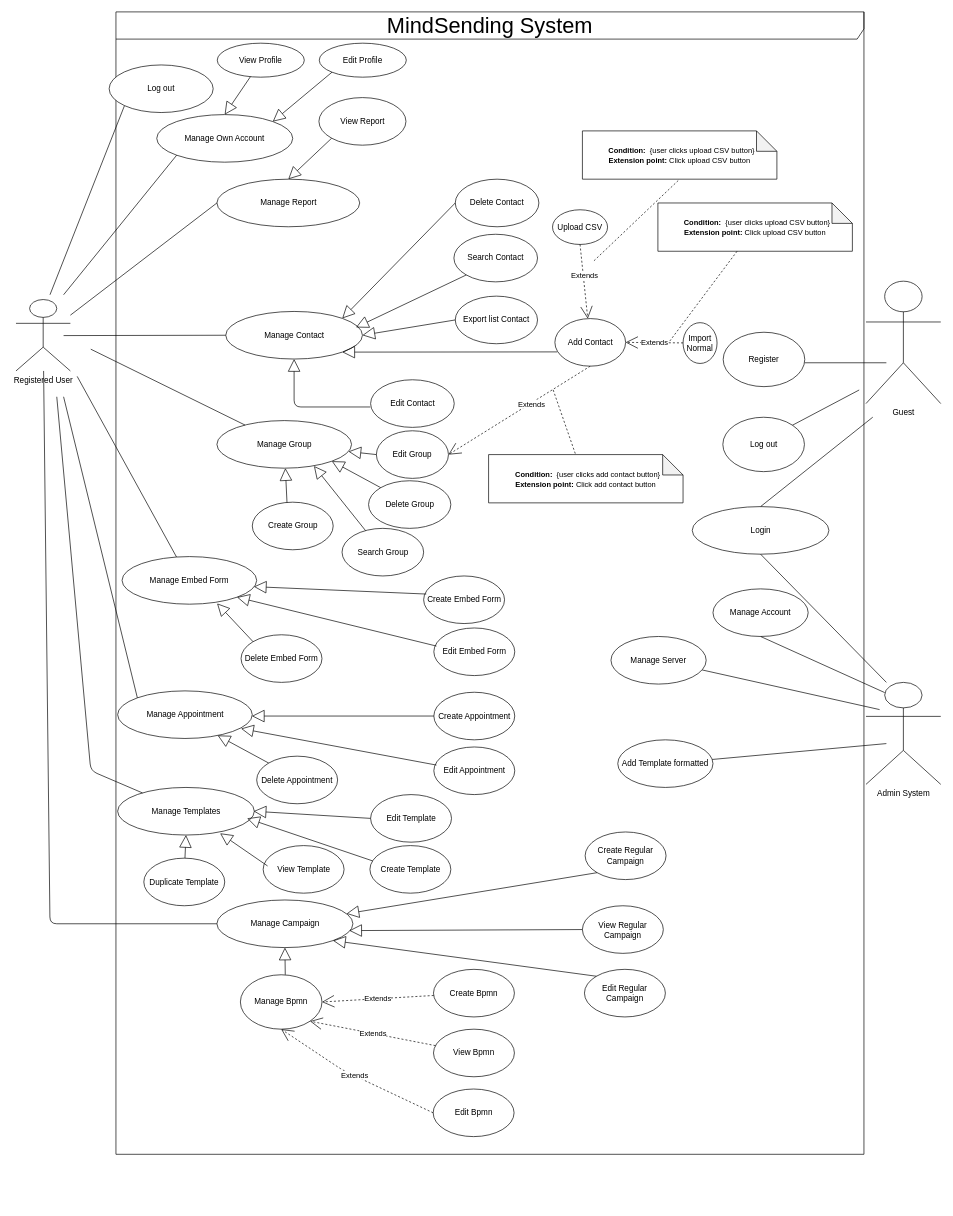
archiskz/EmailMarketing keeps this draw.io diagram as Documents/Diagram/MindSendingUseCase.drawio. Above is the earlier version. Source tidied: cells renumbered, new cells numbered last; positions are measured from the earlier drawing's top-left corner, leaving out a move shared by most shapes. Both pictures are drawn from the tidied source at 68%, with x=0, y=0 at pixel (16, 12).
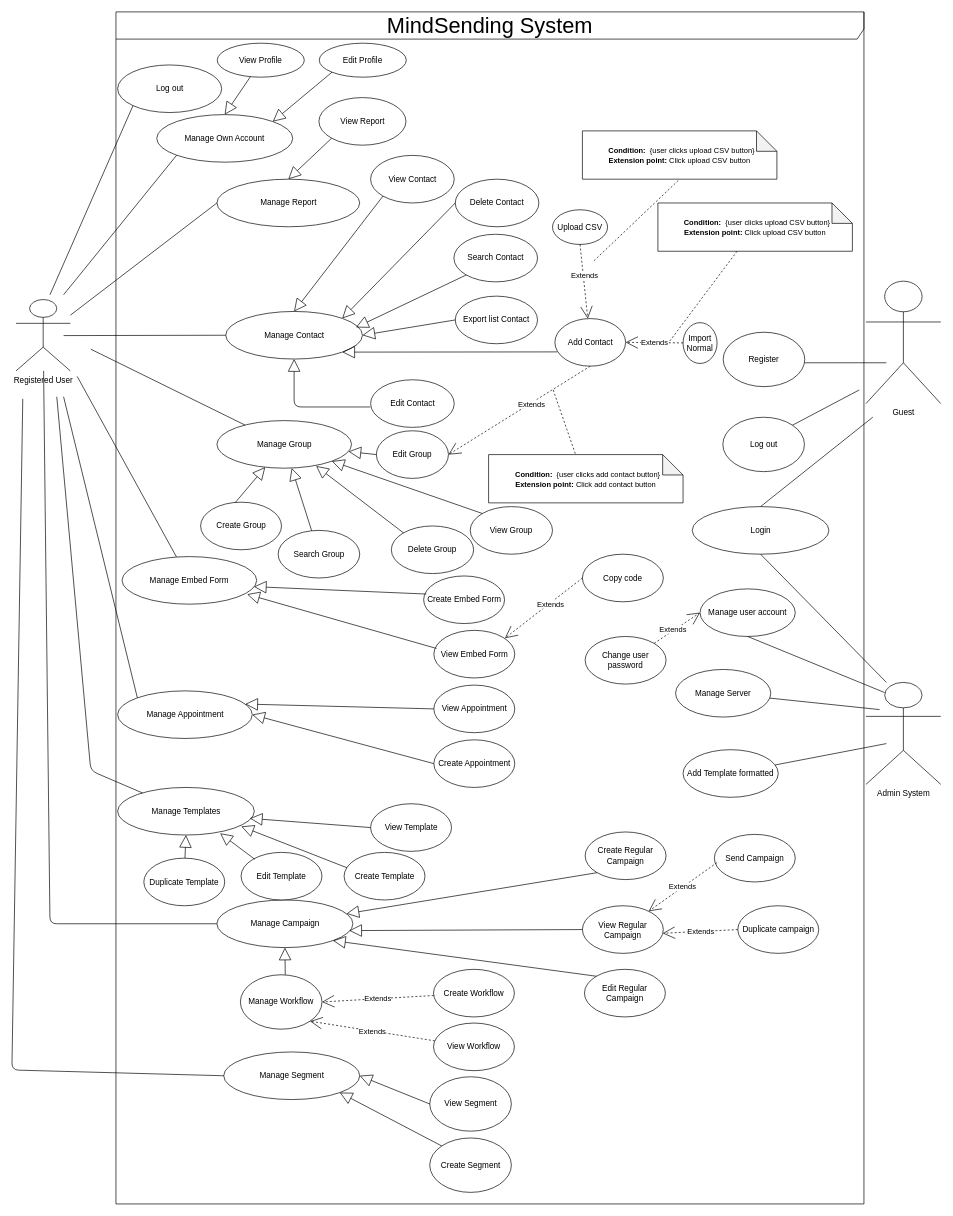
After the change.

The change refers to these unchanged cells:
```xml
<mxCell id="6" value="Manage Templates&lt;br&gt;" style="ellipse;whiteSpace=wrap;html=1;" parent="1" vertex="1">
  <mxGeometry x="149.5" y="1140.5" width="201" height="70" as="geometry" />
</mxCell>
<mxCell id="8" value="Manage Contact" style="ellipse;whiteSpace=wrap;html=1;" parent="1" vertex="1">
  <mxGeometry x="308.5" y="440.5" width="201" height="70" as="geometry" />
</mxCell>
<mxCell id="10" value="Manage Group&lt;br&gt;" style="ellipse;whiteSpace=wrap;html=1;" parent="1" vertex="1">
  <mxGeometry x="295.5" y="601" width="198" height="70" as="geometry" />
</mxCell>
<mxCell id="66" value="View Regular Campaign" style="ellipse;whiteSpace=wrap;html=1;" parent="1" vertex="1">
  <mxGeometry x="833" y="1314.5" width="119" height="70" as="geometry" />
</mxCell>
<mxCell id="74" value="Manage Embed Form" style="ellipse;whiteSpace=wrap;html=1;" parent="1" vertex="1">
  <mxGeometry x="156" y="801" width="198" height="70" as="geometry" />
</mxCell>
<mxCell id="88" value="Manage Appointment" style="ellipse;whiteSpace=wrap;html=1;" parent="1" vertex="1">
  <mxGeometry x="149.5" y="998.5" width="198" height="70" as="geometry" />
</mxCell>
```

What changed in the source:
```diff
@@
     <mxCell id="2" value="&lt;font style=&quot;font-size: 32px&quot;&gt;MindSending System&lt;/font&gt;" style="shape=umlFrame;whiteSpace=wrap;html=1;width=1100;height=40;" parent="1" vertex="1">
-      <mxGeometry x="147" width="1100" height="1680" as="geometry" />
+      <mxGeometry x="147" width="1100" height="1753" as="geometry" />
     </mxCell>
@@
     <mxCell id="5" value="Manage Server&lt;br&gt;" style="ellipse;whiteSpace=wrap;html=1;" parent="1" vertex="1">
-      <mxGeometry x="875" y="918.5" width="140" height="70" as="geometry" />
+      <mxGeometry x="970" y="967" width="140" height="70" as="geometry" />
     </mxCell>
@@
-    <mxCell id="7" value="Manage Account&lt;br&gt;" style="ellipse;whiteSpace=wrap;html=1;" parent="1" vertex="1">
-      <mxGeometry x="1025" y="848.5" width="140" height="70" as="geometry" />
+    <mxCell id="7" value="Manage user account" style="ellipse;whiteSpace=wrap;html=1;" parent="1" vertex="1">
+      <mxGeometry x="1006" y="848.5" width="140" height="70" as="geometry" />
     </mxCell>
@@
     <mxCell id="13" value="Create Template" style="ellipse;whiteSpace=wrap;html=1;" parent="1" vertex="1">
-      <mxGeometry x="520.5" y="1226" width="119" height="70" as="geometry" />
+      <mxGeometry x="482.5" y="1236" width="119" height="70" as="geometry" />
     </mxCell>
-    <mxCell id="14" value="Edit Template" style="ellipse;whiteSpace=wrap;html=1;" parent="1" vertex="1">
-      <mxGeometry x="521.5" y="1151" width="119" height="70" as="geometry" />
+    <mxCell id="14" value="View Template" style="ellipse;whiteSpace=wrap;html=1;" parent="1" vertex="1">
+      <mxGeometry x="521.5" y="1164.5" width="119" height="70" as="geometry" />
     </mxCell>
@@
     <mxCell id="18" value="Create Group&lt;br&gt;" style="ellipse;whiteSpace=wrap;html=1;" parent="1" vertex="1">
-      <mxGeometry x="347.5" y="721" width="119" height="70" as="geometry" />
+      <mxGeometry x="271.5" y="721" width="119" height="70" as="geometry" />
     </mxCell>
     <mxCell id="19" value="Delete Group&lt;br&gt;" style="ellipse;whiteSpace=wrap;html=1;" parent="1" vertex="1">
-      <mxGeometry x="518.5" y="689.5" width="121" height="70" as="geometry" />
+      <mxGeometry x="552" y="756" width="121" height="70" as="geometry" />
     </mxCell>
@@
     <mxCell id="21" value="Search Group&lt;br&gt;" style="ellipse;whiteSpace=wrap;html=1;" parent="1" vertex="1">
-      <mxGeometry x="479.5" y="759.5" width="120" height="70" as="geometry" />
+      <mxGeometry x="385.5" y="762.5" width="120" height="70" as="geometry" />
     </mxCell>
@@
-    <mxCell id="32" style="endSize=16;endFill=0;html=1;strokeWidth=1;endArrow=block;startArrow=none;startFill=0;exitX=0.034;exitY=0.322;exitDx=0;exitDy=0;exitPerimeter=0;" parent="1" edge="1" source="13">
-      <mxGeometry relative="1" as="geometry">
-        <mxPoint x="340" y="1186" as="targetPoint" />
-      </mxGeometry>
+    <mxCell id="32" style="endSize=16;endFill=0;html=1;strokeWidth=1;endArrow=block;startArrow=none;startFill=0;exitX=0.034;exitY=0.322;exitDx=0;exitDy=0;exitPerimeter=0;entryX=0.905;entryY=0.819;entryDx=0;entryDy=0;entryPerimeter=0;" parent="1" edge="1" source="13" target="6">
+      <mxGeometry relative="1" as="geometry" />
     </mxCell>
-    <mxCell id="33" style="endSize=16;endFill=0;html=1;strokeWidth=1;endArrow=block;startArrow=none;startFill=0;entryX=0.995;entryY=0.5;entryDx=0;entryDy=0;exitX=0;exitY=0.5;exitDx=0;exitDy=0;entryPerimeter=0;" parent="1" edge="1" source="14" target="6">
-      <mxGeometry relative="1" as="geometry" />
+    <mxCell id="33" style="endSize=16;endFill=0;html=1;strokeWidth=1;endArrow=block;startArrow=none;startFill=0;exitX=0;exitY=0.5;exitDx=0;exitDy=0;" parent="1" edge="1" source="14">
+      <mxGeometry relative="1" as="geometry">
+        <mxPoint x="344" y="1186" as="targetPoint" />
+      </mxGeometry>
     </mxCell>
@@
-    <mxCell id="35" style="endSize=16;endFill=0;html=1;strokeWidth=1;endArrow=block;startArrow=none;startFill=0;entryX=1;entryY=1;entryDx=0;entryDy=0;exitX=0;exitY=0;exitDx=0;exitDy=0;" parent="1" edge="1" source="19" target="10">
+    <mxCell id="35" style="endSize=16;endFill=0;html=1;strokeWidth=1;endArrow=block;startArrow=none;startFill=0;entryX=0.737;entryY=0.955;entryDx=0;entryDy=0;exitX=0;exitY=0;exitDx=0;exitDy=0;entryPerimeter=0;" parent="1" edge="1" source="19" target="10">
       <mxGeometry relative="1" as="geometry" />
     </mxCell>
-    <mxCell id="36" style="endSize=16;endFill=0;html=1;strokeWidth=1;endArrow=block;startArrow=none;startFill=0;entryX=0.721;entryY=0.955;entryDx=0;entryDy=0;entryPerimeter=0;" parent="1" edge="1" source="21" target="10">
+    <mxCell id="36" style="endSize=16;endFill=0;html=1;strokeWidth=1;endArrow=block;startArrow=none;startFill=0;" parent="1" edge="1" source="21" target="10">
       <mxGeometry relative="1" as="geometry" />
     </mxCell>
@@
-    <mxCell id="47" value="View Bpmn" style="ellipse;whiteSpace=wrap;html=1;" parent="1" vertex="1">
-      <mxGeometry x="614" y="1496" width="119" height="70" as="geometry" />
+    <mxCell id="47" value="View Workflow" style="ellipse;whiteSpace=wrap;html=1;" parent="1" vertex="1">
+      <mxGeometry x="614" y="1487" width="119" height="70" as="geometry" />
     </mxCell>
-    <mxCell id="48" value="Edit Bpmn" style="ellipse;whiteSpace=wrap;html=1;" parent="1" vertex="1">
-      <mxGeometry x="613.5" y="1584" width="119" height="70" as="geometry" />
-    </mxCell>
     <mxCell id="49" value="Add Template formatted&lt;br&gt;" style="ellipse;whiteSpace=wrap;html=1;" parent="1" vertex="1">
-      <mxGeometry x="885" y="1070.5" width="140" height="70" as="geometry" />
+      <mxGeometry x="981" y="1085" width="140" height="70" as="geometry" />
     </mxCell>
@@
-    <mxCell id="60" value="View Template" style="ellipse;whiteSpace=wrap;html=1;" parent="1" vertex="1">
-      <mxGeometry x="363.5" y="1226" width="119" height="70" as="geometry" />
+    <mxCell id="60" value="Edit Template" style="ellipse;whiteSpace=wrap;html=1;" parent="1" vertex="1">
+      <mxGeometry x="331" y="1236" width="119" height="70" as="geometry" />
     </mxCell>
     <mxCell id="61" style="endSize=16;endFill=0;html=1;strokeWidth=1;endArrow=block;startArrow=none;startFill=0;entryX=0.75;entryY=0.964;entryDx=0;entryDy=0;entryPerimeter=0;" parent="1" edge="1" target="6">
       <mxGeometry relative="1" as="geometry">
-        <mxPoint x="370" y="1256" as="sourcePoint" />
+        <mxPoint x="351" y="1246" as="sourcePoint" />
       </mxGeometry>
     </mxCell>
@@
-    <mxCell id="68" value="Manage Bpmn" style="ellipse;whiteSpace=wrap;html=1;" parent="1" vertex="1">
+    <mxCell id="68" value="Manage Workflow" style="ellipse;whiteSpace=wrap;html=1;" parent="1" vertex="1">
       <mxGeometry x="330" y="1416" width="120" height="80" as="geometry" />
     </mxCell>
@@
-    <mxCell id="70" value="Extends" style="endArrow=open;endSize=16;endFill=0;html=1;strokeWidth=1;dashed=1;exitX=0;exitY=0.5;exitDx=0;exitDy=0;entryX=0.5;entryY=1;entryDx=0;entryDy=0;" parent="1" edge="1" source="48" target="68">
-      <mxGeometry relative="1" as="geometry">
-        <Array as="points">
-          <mxPoint x="480" y="1556" />
-        </Array>
-      </mxGeometry>
-    </mxCell>
@@
-    <mxCell id="72" value="Create Bpmn" style="ellipse;whiteSpace=wrap;html=1;" parent="1" vertex="1">
+    <mxCell id="72" value="Create Workflow" style="ellipse;whiteSpace=wrap;html=1;" parent="1" vertex="1">
       <mxGeometry x="614" y="1408" width="119" height="70" as="geometry" />
     </mxCell>
@@
-    <mxCell id="84" value="Edit Embed Form" style="ellipse;whiteSpace=wrap;html=1;" parent="1" vertex="1">
-      <mxGeometry x="614.5" y="906" width="119" height="70" as="geometry" />
-    </mxCell>
-    <mxCell id="85" style="endSize=16;endFill=0;html=1;strokeWidth=1;endArrow=block;startArrow=none;startFill=0;exitX=0.032;exitY=0.38;exitDx=0;exitDy=0;exitPerimeter=0;entryX=1;entryY=1;entryDx=0;entryDy=0;" parent="1" edge="1" source="84" target="74">
-      <mxGeometry relative="1" as="geometry" />
-    </mxCell>
-    <mxCell id="86" value="Delete Embed Form" style="ellipse;whiteSpace=wrap;html=1;" parent="1" vertex="1">
-      <mxGeometry x="331" y="916" width="119" height="70" as="geometry" />
-    </mxCell>
-    <mxCell id="87" style="endSize=16;endFill=0;html=1;strokeWidth=1;endArrow=block;startArrow=none;startFill=0;exitX=0;exitY=0;exitDx=0;exitDy=0;entryX=0.706;entryY=0.984;entryDx=0;entryDy=0;entryPerimeter=0;" parent="1" edge="1" source="86" target="74">
-      <mxGeometry relative="1" as="geometry" />
-    </mxCell>
@@
-    <mxCell id="90" value="Create Appointment" style="ellipse;whiteSpace=wrap;html=1;" parent="1" vertex="1">
-      <mxGeometry x="614.5" y="1000.5" width="119" height="70" as="geometry" />
+    <mxCell id="90" value="View Appointment" style="ellipse;whiteSpace=wrap;html=1;" parent="1" vertex="1">
+      <mxGeometry x="614.5" y="990" width="119" height="70" as="geometry" />
     </mxCell>
-    <mxCell id="91" style="endSize=16;endFill=0;html=1;strokeWidth=1;endArrow=block;startArrow=none;startFill=0;entryX=0.997;entryY=0.529;entryDx=0;entryDy=0;entryPerimeter=0;exitX=0;exitY=0.5;exitDx=0;exitDy=0;" parent="1" edge="1" source="90" target="88">
+    <mxCell id="91" style="endSize=16;endFill=0;html=1;strokeWidth=1;endArrow=block;startArrow=none;startFill=0;entryX=0.948;entryY=0.277;entryDx=0;entryDy=0;entryPerimeter=0;exitX=0;exitY=0.5;exitDx=0;exitDy=0;" parent="1" edge="1" source="90" target="88">
       <mxGeometry relative="1" as="geometry" />
     </mxCell>
-    <mxCell id="92" value="Edit Appointment" style="ellipse;whiteSpace=wrap;html=1;" parent="1" vertex="1">
-      <mxGeometry x="614.5" y="1081" width="119" height="70" as="geometry" />
-    </mxCell>
-    <mxCell id="93" style="endSize=16;endFill=0;html=1;strokeWidth=1;endArrow=block;startArrow=none;startFill=0;exitX=0.032;exitY=0.38;exitDx=0;exitDy=0;exitPerimeter=0;" parent="1" edge="1" source="92">
-      <mxGeometry relative="1" as="geometry">
-        <mxPoint x="331" y="1054" as="targetPoint" />
-      </mxGeometry>
-    </mxCell>
-    <mxCell id="94" value="Delete Appointment" style="ellipse;whiteSpace=wrap;html=1;" parent="1" vertex="1">
-      <mxGeometry x="354" y="1094.5" width="119" height="70" as="geometry" />
-    </mxCell>
-    <mxCell id="95" style="endSize=16;endFill=0;html=1;strokeWidth=1;endArrow=block;startArrow=none;startFill=0;exitX=0;exitY=0;exitDx=0;exitDy=0;entryX=0.743;entryY=0.936;entryDx=0;entryDy=0;entryPerimeter=0;" parent="1" edge="1" source="94" target="88">
-      <mxGeometry relative="1" as="geometry" />
-    </mxCell>
@@
     <mxCell id="105" value="Log out" style="ellipse;whiteSpace=wrap;html=1;" parent="1" vertex="1">
-      <mxGeometry x="137" y="78" width="153" height="70" as="geometry" />
+      <mxGeometry x="149.5" y="78" width="153" height="70" as="geometry" />
     </mxCell>
@@
+    <mxCell id="107" value="View Contact" style="ellipse;whiteSpace=wrap;html=1;" parent="1" vertex="1">
+      <mxGeometry x="521.5" y="211" width="123" height="70" as="geometry" />
+    </mxCell>
+    <mxCell id="108" style="endSize=16;endFill=0;html=1;strokeWidth=1;endArrow=block;startArrow=none;startFill=0;exitX=0;exitY=1;exitDx=0;exitDy=0;entryX=0.5;entryY=0;entryDx=0;entryDy=0;" parent="1" edge="1" source="107" target="8">
+      <mxGeometry relative="1" as="geometry" />
+    </mxCell>
+    <mxCell id="109" value="View Group" style="ellipse;whiteSpace=wrap;html=1;" parent="1" vertex="1">
+      <mxGeometry x="668" y="727.5" width="121" height="70" as="geometry" />
+    </mxCell>
+    <mxCell id="110" style="endSize=16;endFill=0;html=1;strokeWidth=1;endArrow=block;startArrow=none;startFill=0;entryX=1;entryY=1;entryDx=0;entryDy=0;exitX=0;exitY=0;exitDx=0;exitDy=0;" parent="1" edge="1" source="109" target="10">
+      <mxGeometry relative="1" as="geometry" />
+    </mxCell>
+    <mxCell id="111" value="View Embed Form" style="ellipse;whiteSpace=wrap;html=1;" parent="1" vertex="1">
+      <mxGeometry x="614.5" y="909.5" width="119" height="70" as="geometry" />
+    </mxCell>
+    <mxCell id="112" style="endSize=16;endFill=0;html=1;strokeWidth=1;endArrow=block;startArrow=none;startFill=0;exitX=0.032;exitY=0.38;exitDx=0;exitDy=0;exitPerimeter=0;entryX=0.929;entryY=0.792;entryDx=0;entryDy=0;entryPerimeter=0;" parent="1" edge="1" source="111" target="74">
+      <mxGeometry relative="1" as="geometry" />
+    </mxCell>
+    <mxCell id="113" value="Create Appointment" style="ellipse;whiteSpace=wrap;html=1;" parent="1" vertex="1">
+      <mxGeometry x="614.5" y="1070.5" width="119" height="70" as="geometry" />
+    </mxCell>
+    <mxCell id="114" style="endSize=16;endFill=0;html=1;strokeWidth=1;endArrow=block;startArrow=none;startFill=0;entryX=1;entryY=0.5;entryDx=0;entryDy=0;exitX=0;exitY=0.5;exitDx=0;exitDy=0;" parent="1" edge="1" source="113" target="88">
+      <mxGeometry relative="1" as="geometry" />
+    </mxCell>
+    <mxCell id="115" value="Copy code" style="ellipse;whiteSpace=wrap;html=1;" parent="1" vertex="1">
+      <mxGeometry x="833" y="797.5" width="119" height="70" as="geometry" />
+    </mxCell>
+    <mxCell id="116" value="Extends" style="endArrow=open;endSize=16;endFill=0;html=1;strokeWidth=1;dashed=1;exitX=0;exitY=0.5;exitDx=0;exitDy=0;" parent="1" edge="1" source="115">
+      <mxGeometry x="-0.16" y="2" relative="1" as="geometry">
+        <mxPoint x="719" y="921" as="targetPoint" />
+      </mxGeometry>
+    </mxCell>
+    <mxCell id="117" value="Send Campaign" style="ellipse;whiteSpace=wrap;html=1;" parent="1" vertex="1">
+      <mxGeometry x="1027" y="1209.5" width="119" height="70" as="geometry" />
+    </mxCell>
+    <mxCell id="118" value="Duplicate campaign" style="ellipse;whiteSpace=wrap;html=1;" parent="1" vertex="1">
+      <mxGeometry x="1061.5" y="1314.5" width="119" height="70" as="geometry" />
+    </mxCell>
+    <mxCell id="119" value="Extends" style="endArrow=open;endSize=16;endFill=0;html=1;strokeWidth=1;dashed=1;" parent="1" edge="1" target="66">
+      <mxGeometry relative="1" as="geometry">
+        <mxPoint x="1031" y="1251" as="sourcePoint" />
+      </mxGeometry>
+    </mxCell>
+    <mxCell id="120" value="Extends" style="endArrow=open;endSize=16;endFill=0;html=1;strokeWidth=1;dashed=1;exitX=0;exitY=0.5;exitDx=0;exitDy=0;" parent="1" edge="1" source="118">
+      <mxGeometry relative="1" as="geometry">
+        <mxPoint x="951" y="1355" as="targetPoint" />
+      </mxGeometry>
+    </mxCell>
+    <mxCell id="121" value="Manage Segment" style="ellipse;whiteSpace=wrap;html=1;" parent="1" vertex="1">
+      <mxGeometry x="305.5" y="1529.5" width="200" height="70" as="geometry" />
+    </mxCell>
+    <mxCell id="122" style="endArrow=none;html=1;entryX=0;entryY=0.5;entryDx=0;entryDy=0;" parent="1" edge="1" target="121">
+      <mxGeometry relative="1" as="geometry">
+        <mxPoint x="10" y="569" as="sourcePoint" />
+        <Array as="points">
+          <mxPoint x="-6" y="1556" />
+        </Array>
+      </mxGeometry>
+    </mxCell>
+    <mxCell id="123" value="View Segment" style="ellipse;whiteSpace=wrap;html=1;" parent="1" vertex="1">
+      <mxGeometry x="608.5" y="1566" width="120" height="80" as="geometry" />
+    </mxCell>
+    <mxCell id="124" value="Create Segment" style="ellipse;whiteSpace=wrap;html=1;" parent="1" vertex="1">
+      <mxGeometry x="608.5" y="1656" width="120" height="80" as="geometry" />
+    </mxCell>
+    <mxCell id="125" style="endSize=16;endFill=0;html=1;strokeWidth=1;endArrow=block;startArrow=none;startFill=0;entryX=1;entryY=0.5;entryDx=0;entryDy=0;exitX=0;exitY=0.5;exitDx=0;exitDy=0;" parent="1" edge="1" source="123" target="121">
+      <mxGeometry relative="1" as="geometry" />
+    </mxCell>
+    <mxCell id="126" style="endSize=16;endFill=0;html=1;strokeWidth=1;endArrow=block;startArrow=none;startFill=0;entryX=1;entryY=1;entryDx=0;entryDy=0;exitX=0;exitY=0;exitDx=0;exitDy=0;" parent="1" edge="1" source="124" target="121">
+      <mxGeometry relative="1" as="geometry" />
+    </mxCell>
+    <mxCell id="127" value="Change user password" style="ellipse;whiteSpace=wrap;html=1;" parent="1" vertex="1">
+      <mxGeometry x="837" y="918.5" width="119" height="70" as="geometry" />
+    </mxCell>
+    <mxCell id="128" value="Extends" style="endArrow=open;endSize=16;endFill=0;html=1;strokeWidth=1;dashed=1;exitX=1;exitY=0;exitDx=0;exitDy=0;entryX=0;entryY=0.5;entryDx=0;entryDy=0;" parent="1" edge="1" source="127" target="7">
+      <mxGeometry x="-0.16" y="2" relative="1" as="geometry" />
+    </mxCell>
```
